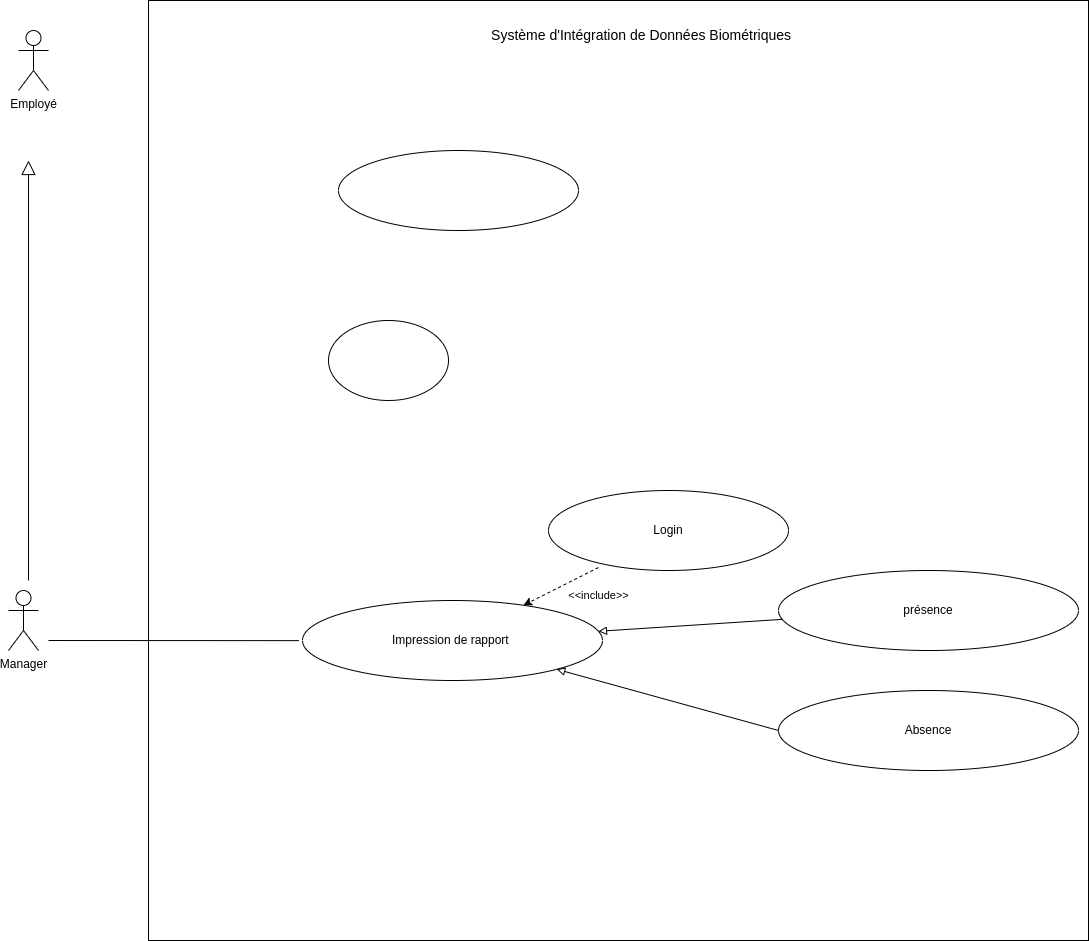
Earlier version of the draw.io export static/Diagramme de cas d'utilisation.drawio.png (Siluearsene/borne_biometrique). Source tidied: cells renumbered, new cells last; positions are measured from the earlier drawing's top-left corner, leaving out a move shared by most shapes.
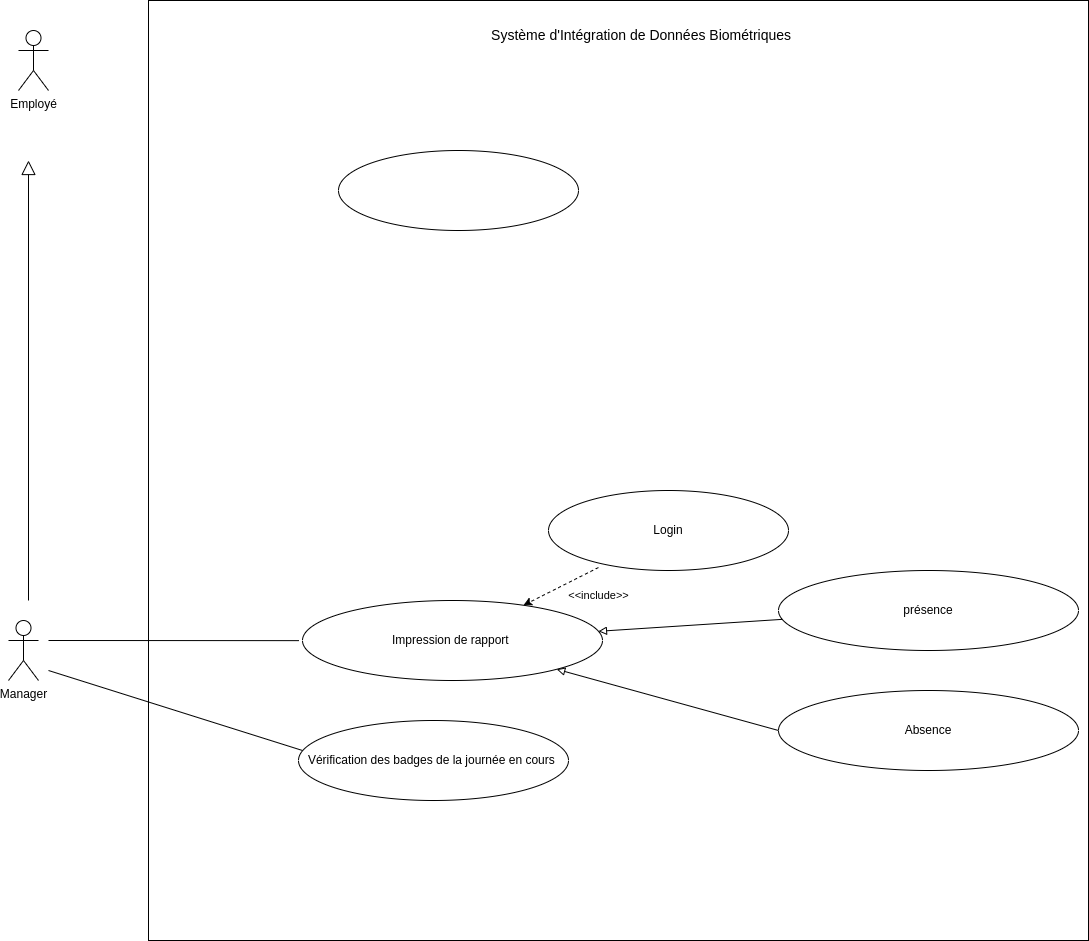
The same diagram one commit later.

Commit message:
Mettre à jour Diagramme de cas d'utilisation.drawio.png

The edit, as a diff of the source:
```diff
@@ -6,11 +6,11 @@
       <mxGeometry x="10" y="30" width="30" height="60" as="geometry" />
     </mxCell>
     <mxCell id="3" value="Manager" style="shape=umlActor;verticalLabelPosition=bottom;verticalAlign=top;html=1;" parent="1" vertex="1">
-      <mxGeometry y="590" width="30" height="60" as="geometry" />
+      <mxGeometry y="620" width="30" height="60" as="geometry" />
     </mxCell>
     <mxCell id="4" style="endArrow=block;endFill=0;endSize=12;html=1;rounded=0;" parent="1" edge="1">
       <mxGeometry relative="1" as="geometry">
-        <mxPoint x="20" y="580" as="sourcePoint" />
+        <mxPoint x="20" y="600" as="sourcePoint" />
         <mxPoint x="20" y="160" as="targetPoint" />
       </mxGeometry>
     </mxCell>
@@ -26,8 +26,8 @@
     <mxCell id="8" value="Login" style="ellipse;whiteSpace=wrap;html=1;" parent="1" vertex="1">
       <mxGeometry x="540" y="490" width="240" height="80" as="geometry" />
     </mxCell>
-    <mxCell id="9" style="ellipse;whiteSpace=wrap;html=1;" parent="1" vertex="1">
-      <mxGeometry x="320" y="320" width="120" height="80" as="geometry" />
+    <mxCell id="9" value="Vérification des badges de la journée en cours&amp;nbsp;" style="ellipse;whiteSpace=wrap;html=1;" parent="1" vertex="1">
+      <mxGeometry x="290" y="720" width="270" height="80" as="geometry" />
     </mxCell>
     <mxCell id="10" value="présence" style="ellipse;whiteSpace=wrap;html=1;" parent="1" vertex="1">
       <mxGeometry x="770" y="570" width="300" height="80" as="geometry" />
@@ -57,5 +57,11 @@
         <mxPoint x="40" y="640" as="sourcePoint" />
       </mxGeometry>
     </mxCell>
+    <mxCell id="18" style="endArrow=none;html=1;rounded=0;" parent="1" edge="1">
+      <mxGeometry relative="1" as="geometry">
+        <mxPoint x="40" y="670" as="sourcePoint" />
+        <mxPoint x="294" y="750" as="targetPoint" />
+      </mxGeometry>
+    </mxCell>
   </root>
 </mxGraphModel>
```
